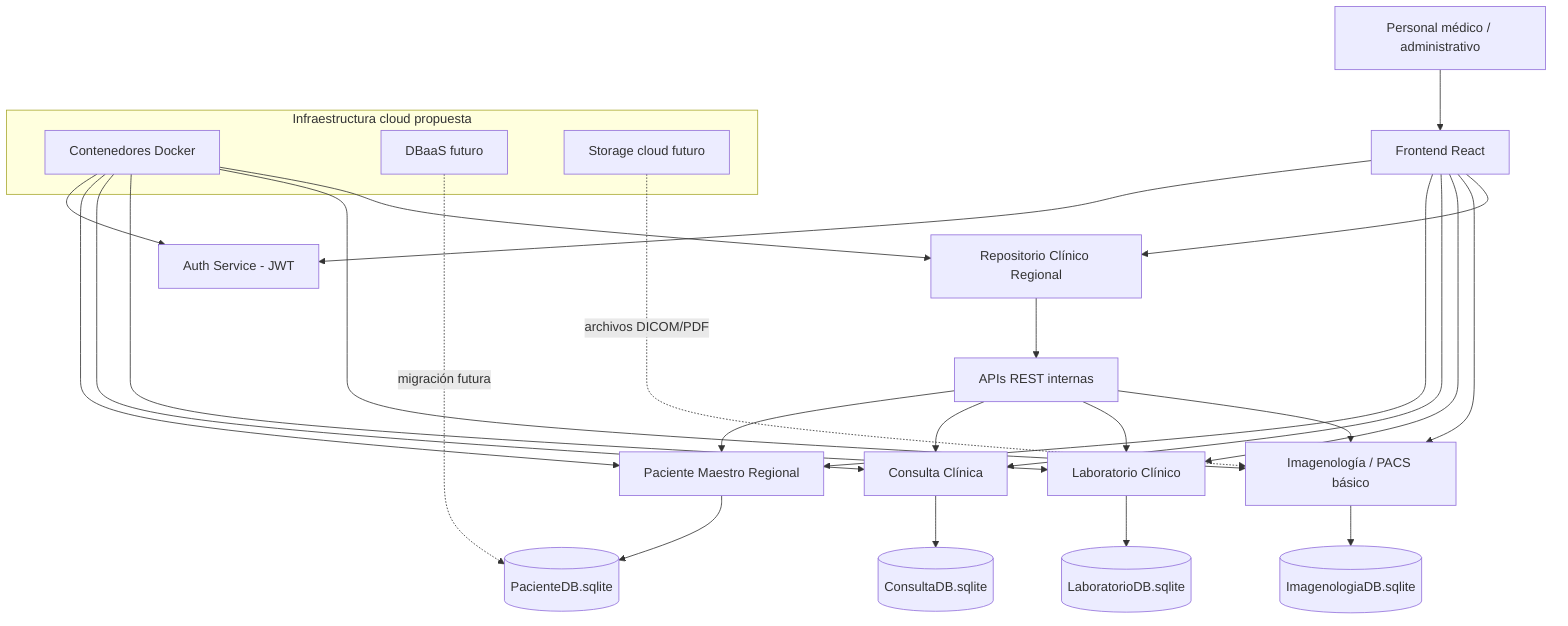
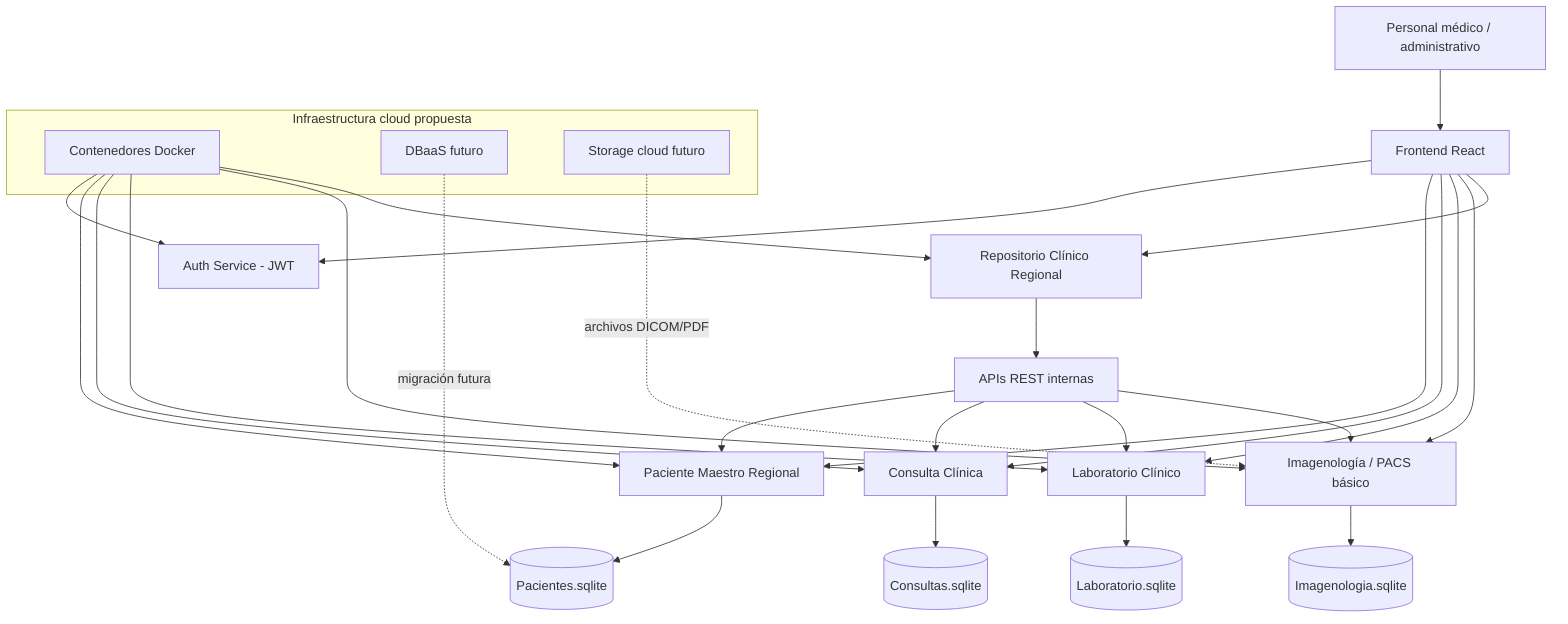
flowchart TB
  Usuario["Personal médico / administrativo"] --> Frontend["Frontend React"]
  Frontend --> Auth["Auth Service - JWT"]
  Frontend --> Paciente["Paciente Maestro Regional"]
  Frontend --> Consulta["Consulta Clínica"]
  Frontend --> Laboratorio["Laboratorio Clínico"]
  Frontend --> Imagenologia["Imagenología / PACS básico"]
  Frontend --> Repositorio["Repositorio Clínico Regional"]

-   Paciente --> PacienteDB[("PacienteDB.sqlite")]
-   Consulta --> ConsultaDB[("ConsultaDB.sqlite")]
-   Laboratorio --> LaboratorioDB[("LaboratorioDB.sqlite")]
-   Imagenologia --> ImagenologiaDB[("ImagenologiaDB.sqlite")]
+   Paciente --> BasePacientes[("Pacientes.sqlite")]
+   Consulta --> BaseConsultas[("Consultas.sqlite")]
+   Laboratorio --> BaseLaboratorio[("Laboratorio.sqlite")]
+   Imagenologia --> BaseImagenologia[("Imagenologia.sqlite")]
  Repositorio --> APIs["APIs REST internas"]

  APIs --> Paciente
  APIs --> Consulta
  APIs --> Laboratorio
  APIs --> Imagenologia

  subgraph Cloud["Infraestructura cloud propuesta"]
    Docker["Contenedores Docker"]
    DBaaS["DBaaS futuro"]
    Storage["Storage cloud futuro"]
  end

  Docker --> Auth
  Docker --> Paciente
  Docker --> Consulta
  Docker --> Laboratorio
  Docker --> Imagenologia
  Docker --> Repositorio
-   DBaaS -. migración futura .-> PacienteDB
+   DBaaS -. migración futura .-> BasePacientes
  Storage -. archivos DICOM/PDF .-> Imagenologia
